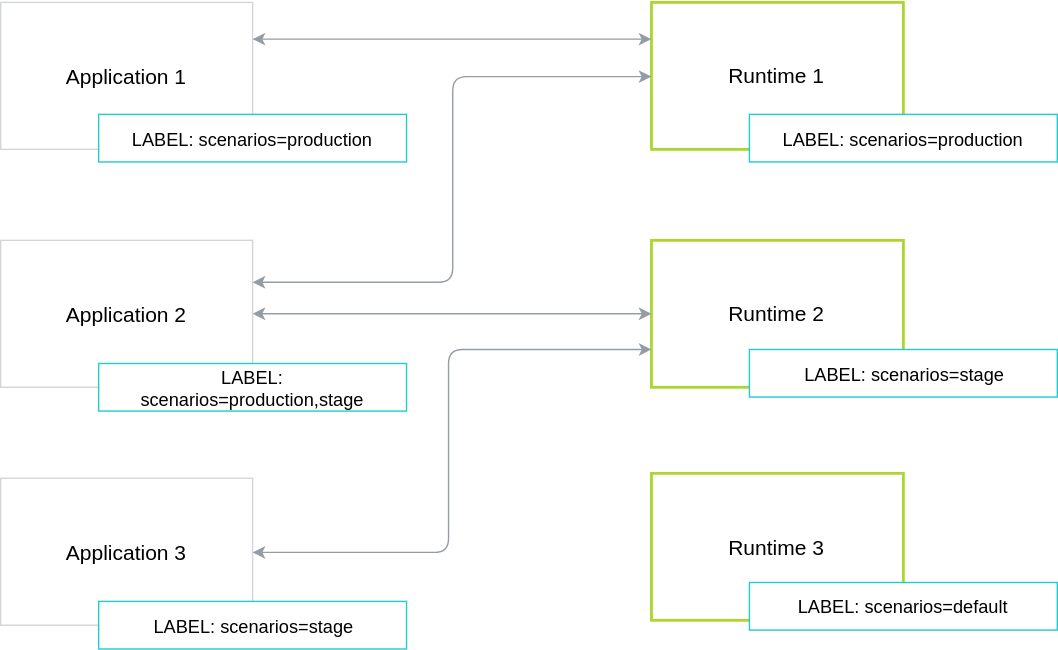
kyma-project/kyma keeps this draw.io diagram as docs/compass/assets/scenarios.svg. Above is the earlier version. Source tidied: cells renumbered, new cells last; positions are measured from the earlier drawing's top-left corner, leaving out a move shared by most shapes.
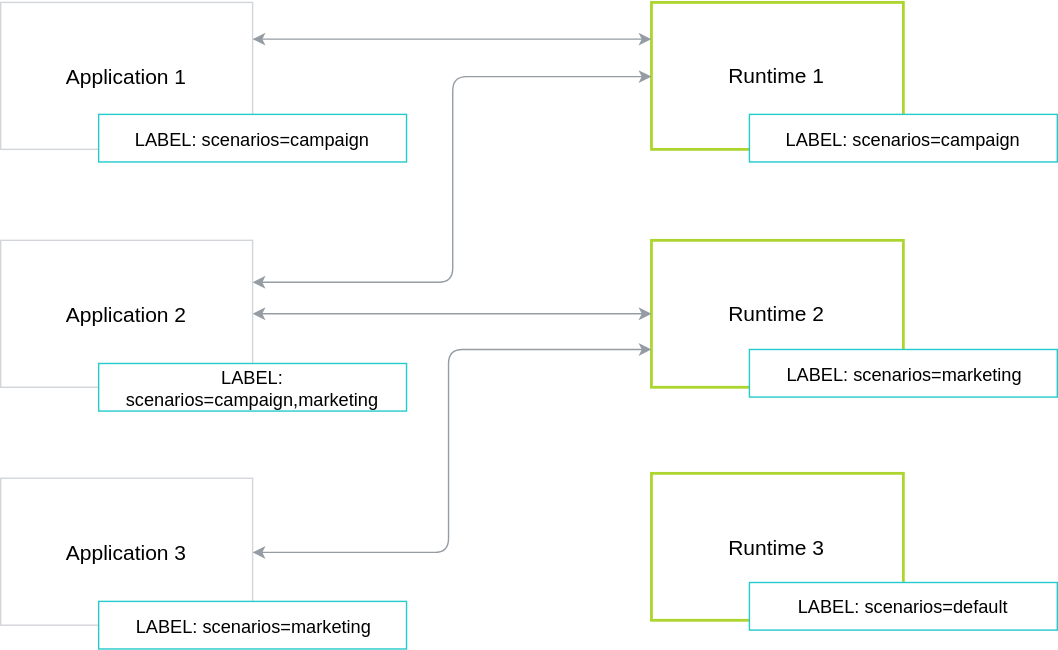
Later version of the same file.

Change to the diagram source:
```diff
@@ -17,19 +17,19 @@
     <mxCell id="6" value="&lt;font style=&quot;font-size: 15px&quot;&gt;Runtime 2&lt;/font&gt;" style="rounded=0;whiteSpace=wrap;html=1;strokeColor=#ACD62F;strokeWidth=2;" parent="1" vertex="1">
       <mxGeometry x="465" y="170" width="180" height="105" as="geometry" />
     </mxCell>
-    <mxCell id="7" value="&lt;font style=&quot;font-size: 13px&quot;&gt;LABEL: scenarios=production&lt;/font&gt;" style="rounded=0;whiteSpace=wrap;html=1;strokeColor=#24CACC;" parent="1" vertex="1">
+    <mxCell id="7" value="&lt;font style=&quot;font-size: 13px&quot;&gt;LABEL: scenarios=campaign&lt;/font&gt;" style="rounded=0;whiteSpace=wrap;html=1;strokeColor=#24CACC;" parent="1" vertex="1">
       <mxGeometry x="70" y="80" width="220" height="34" as="geometry" />
     </mxCell>
-    <mxCell id="8" value="&lt;font style=&quot;font-size: 13px&quot;&gt;LABEL: scenarios=production,stage&lt;/font&gt;" style="rounded=0;whiteSpace=wrap;html=1;strokeColor=#24CACC;spacingLeft=6;spacingRight=6;" parent="1" vertex="1">
+    <mxCell id="8" value="&lt;font style=&quot;font-size: 13px&quot;&gt;LABEL: scenarios=campaign,marketing&lt;/font&gt;" style="rounded=0;whiteSpace=wrap;html=1;strokeColor=#24CACC;spacingLeft=6;spacingRight=6;" parent="1" vertex="1">
       <mxGeometry x="70" y="258" width="220" height="34" as="geometry" />
     </mxCell>
-    <mxCell id="9" value="&lt;font style=&quot;font-size: 13px&quot;&gt;LABEL: scenarios=stage&lt;/font&gt;" style="rounded=0;whiteSpace=wrap;html=1;strokeColor=#24CACC;" parent="1" vertex="1">
+    <mxCell id="9" value="&lt;font style=&quot;font-size: 13px&quot;&gt;LABEL: scenarios=marketing&lt;/font&gt;" style="rounded=0;whiteSpace=wrap;html=1;strokeColor=#24CACC;" parent="1" vertex="1">
       <mxGeometry x="70" y="428" width="220" height="34" as="geometry" />
     </mxCell>
-    <mxCell id="10" value="&lt;font style=&quot;font-size: 13px&quot;&gt;LABEL: scenarios=production&lt;/font&gt;" style="rounded=0;whiteSpace=wrap;html=1;strokeColor=#24CACC;" parent="1" vertex="1">
+    <mxCell id="10" value="&lt;font style=&quot;font-size: 13px&quot;&gt;LABEL: scenarios=campaign&lt;/font&gt;" style="rounded=0;whiteSpace=wrap;html=1;strokeColor=#24CACC;" parent="1" vertex="1">
       <mxGeometry x="535" y="80" width="220" height="34" as="geometry" />
     </mxCell>
-    <mxCell id="11" value="&lt;font style=&quot;font-size: 13px&quot;&gt;LABEL: scenarios=stage&lt;/font&gt;" style="rounded=0;whiteSpace=wrap;html=1;strokeColor=#24CACC;" parent="1" vertex="1">
+    <mxCell id="11" value="&lt;font style=&quot;font-size: 13px&quot;&gt;LABEL: scenarios=marketing&lt;/font&gt;" style="rounded=0;whiteSpace=wrap;html=1;strokeColor=#24CACC;" parent="1" vertex="1">
       <mxGeometry x="535" y="248" width="220" height="34" as="geometry" />
     </mxCell>
     <mxCell id="12" value="&lt;font style=&quot;font-size: 15px&quot;&gt;Runtime 3&lt;/font&gt;" style="rounded=0;whiteSpace=wrap;html=1;strokeColor=#ACD62F;strokeWidth=2;" parent="1" vertex="1">
```
